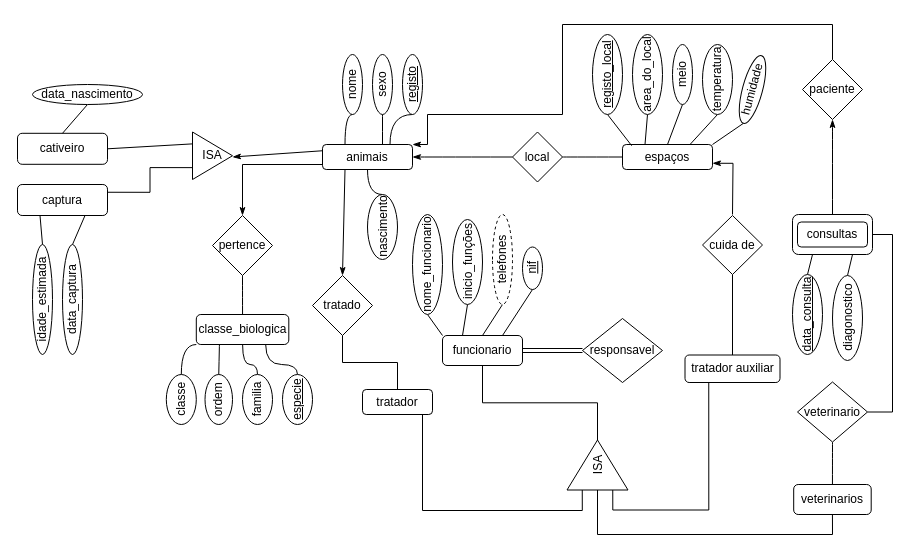
This is BD/Trabalho 2/DiagramaE-R.drawio from GBarradas/degreeStuff, a draw.io file, before an edit. Source tidied: cells renumbered, new cells numbered last; positions are measured from the earlier drawing's top-left corner, leaving out a move shared by most shapes. Both pictures are drawn from the tidied source at 100%, with x=0, y=0 at pixel (17, 24).
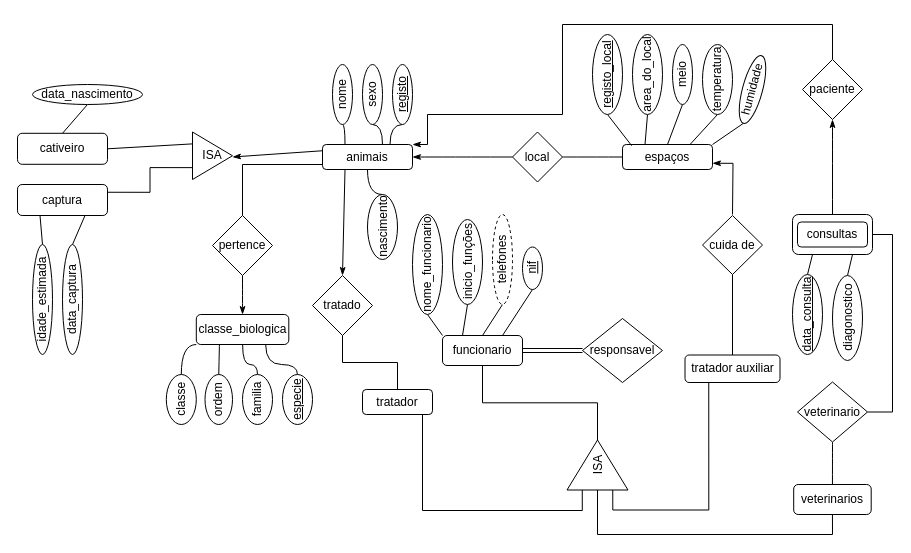
The same page after the edit.

The change refers to these unchanged cells:
```xml
<mxCell id="11" value="animais" style="rounded=1;whiteSpace=wrap;html=1;" parent="1" vertex="1">
  <mxGeometry x="305" y="120" width="90" height="25" as="geometry" />
</mxCell>
<mxCell id="44" value="pertence" style="rhombus;whiteSpace=wrap;html=1;" parent="1" vertex="1">
  <mxGeometry x="195" y="191" width="60" height="60" as="geometry" />
</mxCell>
<mxCell id="49" value="classe_biologica" style="rounded=1;whiteSpace=wrap;html=1;" parent="1" vertex="1">
  <mxGeometry x="178.8" y="290" width="92.5" height="30" as="geometry" />
</mxCell>
```

What changed in the source:
```diff
@@
     <mxCell id="3" value="nome" style="ellipse;whiteSpace=wrap;html=1;rounded=1;direction=south;horizontal=0;" parent="1" vertex="1">
-      <mxGeometry x="325" y="30" width="20" height="60" as="geometry" />
+      <mxGeometry x="315" y="40" width="20" height="60" as="geometry" />
     </mxCell>
@@
     <mxCell id="5" value="sexo" style="ellipse;whiteSpace=wrap;html=1;rounded=1;fontStyle=0;direction=south;horizontal=0;" parent="1" vertex="1">
-      <mxGeometry x="355" y="30" width="20" height="60" as="geometry" />
+      <mxGeometry x="345" y="40" width="20" height="60" as="geometry" />
     </mxCell>
@@
     <mxCell id="7" value="registo" style="ellipse;whiteSpace=wrap;html=1;rounded=1;fontStyle=4;direction=south;horizontal=0;" parent="1" vertex="1">
-      <mxGeometry x="385" y="30" width="20" height="60" as="geometry" />
+      <mxGeometry x="375" y="40" width="20" height="60" as="geometry" />
     </mxCell>
@@
-    <mxCell id="9" style="edgeStyle=orthogonalEdgeStyle;rounded=0;jettySize=auto;html=1;startArrow=classicThin;startFill=1;endArrow=none;endFill=0;entryX=0;entryY=0.5;entryDx=0;entryDy=0;exitX=0.5;exitY=0;exitDx=0;exitDy=0;" parent="1" edge="1" source="44" target="11">
+    <mxCell id="9" style="edgeStyle=orthogonalEdgeStyle;rounded=0;jettySize=auto;html=1;startArrow=none;startFill=0;endArrow=none;endFill=0;entryX=0;entryY=0.5;entryDx=0;entryDy=0;exitX=0.5;exitY=0;exitDx=0;exitDy=0;" parent="1" edge="1" source="44" target="11">
       <mxGeometry relative="1" as="geometry">
         <Array as="points">
           <mxPoint x="225" y="140" />
           <mxPoint x="320" y="140" />
         </Array>
       </mxGeometry>
     </mxCell>
@@
-    <mxCell id="43" style="edgeStyle=orthogonalEdgeStyle;curved=1;rounded=0;jettySize=auto;html=1;exitX=0.5;exitY=1;exitDx=0;exitDy=0;entryX=0.5;entryY=0;entryDx=0;entryDy=0;startArrow=none;startFill=0;endArrow=none;endFill=0;" parent="1" edge="1" source="44" target="49">
+    <mxCell id="43" style="edgeStyle=orthogonalEdgeStyle;curved=1;rounded=0;jettySize=auto;html=1;entryX=0.5;entryY=1;entryDx=0;entryDy=0;startArrow=classicThin;startFill=1;endArrow=none;endFill=0;exitX=0.5;exitY=0;exitDx=0;exitDy=0;" parent="1" edge="1" source="49" target="44">
       <mxGeometry relative="1" as="geometry" />
     </mxCell>
```
